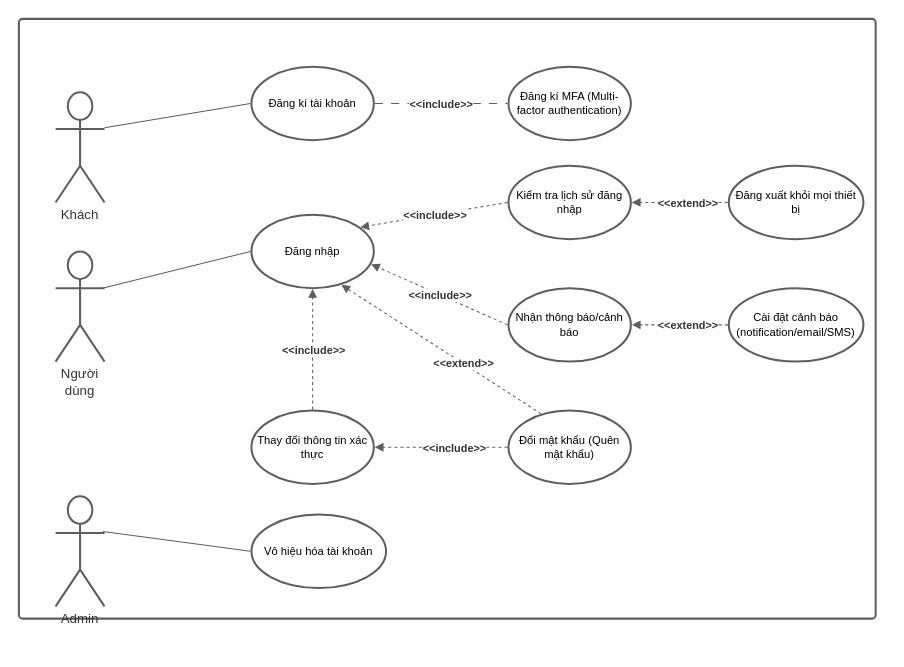
Earlier version of the draw.io diagram page "Use cases" (1 of 6) of docs/gen_docs/datn.drawio (dangnh0611/oidc_provider_with_facial_mfa). Source tidied: cells renumbered, new cells numbered last; positions are measured from the earlier drawing's top-left corner, leaving out a move shared by most shapes. Both pictures are drawn from the tidied source at 102%, with x=0, y=0 at pixel (18, 18).
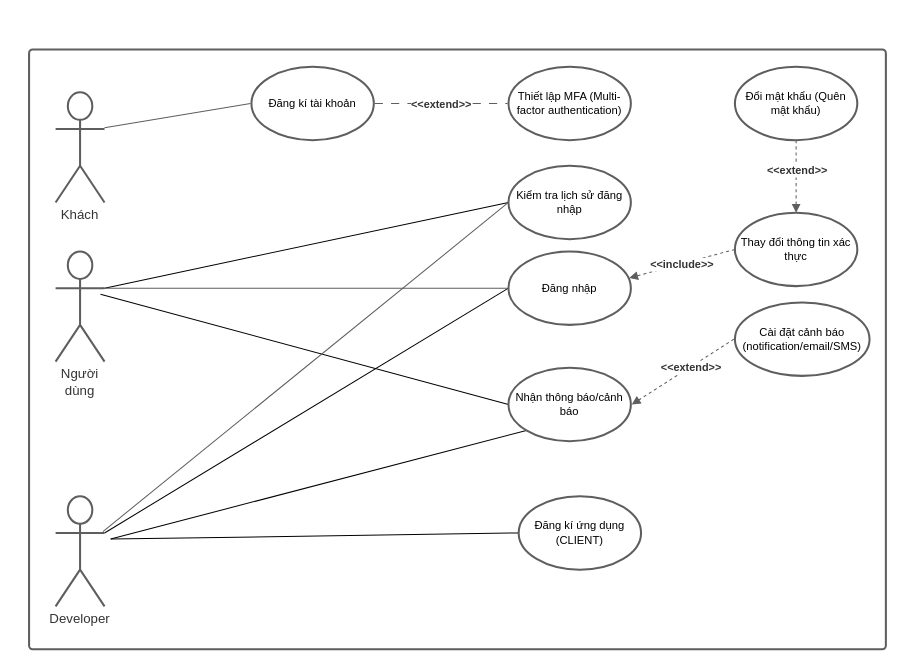
Above is the later version.

The change refers to these unchanged cells:
```xml
<mxCell id="2" value="Người dùng" style="html=1;whiteSpace=wrap;shape=umlActor;labelPosition=center;verticalLabelPosition=bottom;verticalAlign=top;whiteSpace=nowrap;whiteSpace=wrap;fontSize=13;fontColor=#333333;spacing=0;strokeColor=#5e5e5e;strokeOpacity=100;rounded=1;absoluteArcSize=1;arcSize=7.199999999999999;strokeWidth=2;" parent="1" vertex="1">
  <mxGeometry x="36" y="228" width="48" height="108" as="geometry" />
</mxCell>
<mxCell id="8" value="Kiểm tra lịch sử đăng nhập" style="html=1;whiteSpace=wrap;ellipse;whiteSpace=wrap;fontSize=11;spacing=3;strokeColor=#5e5e5e;strokeOpacity=100;rounded=1;absoluteArcSize=1;arcSize=7.199999999999999;strokeWidth=2;" parent="1" vertex="1">
  <mxGeometry x="480" y="144" width="120" height="72" as="geometry" />
</mxCell>
<mxCell id="13" style="html=1;jettySize=18;whiteSpace=wrap;fontSize=11;strokeColor=#5E5E5E;dashed=1;dashPattern=8 8;rounded=0;startArrow=none;endArrow=none;exitX=1.0075004048222889;exitY=0.5;exitPerimeter=0;entryX=-0.007500404822289042;entryY=0.5;entryPerimeter=0;" parent="1" edge="1" source="4" target="5">
  <mxGeometry relative="1" as="geometry" />
</mxCell>
```

Diff of the diagram source:
```diff
@@
+    <mxCell id="35" style="rounded=0;jettySize=auto;html=1;exitX=1;exitY=0.3333333333333333;exitDx=0;exitDy=0;exitPerimeter=0;entryX=0;entryY=0.5;entryDx=0;entryDy=0;startArrow=none;startFill=0;endArrow=none;endFill=0;" parent="1" edge="1" source="2" target="8">
+      <mxGeometry relative="1" as="geometry" />
+    </mxCell>
@@
-    <mxCell id="5" value="Đăng kí MFA (Multi-factor authentication)" style="html=1;whiteSpace=wrap;ellipse;whiteSpace=wrap;fontSize=11;spacing=3;strokeColor=#5e5e5e;strokeOpacity=100;rounded=1;absoluteArcSize=1;arcSize=7.199999999999999;strokeWidth=2;" parent="1" vertex="1">
+    <mxCell id="5" value="Thiết lập MFA (Multi-factor authentication)" style="html=1;whiteSpace=wrap;ellipse;whiteSpace=wrap;fontSize=11;spacing=3;strokeColor=#5e5e5e;strokeOpacity=100;rounded=1;absoluteArcSize=1;arcSize=7.199999999999999;strokeWidth=2;" parent="1" vertex="1">
       <mxGeometry x="480" y="47" width="120" height="72" as="geometry" />
     </mxCell>
+    <mxCell id="36" style="edgeStyle=none;rounded=0;jettySize=auto;html=1;exitX=0;exitY=0.5;exitDx=0;exitDy=0;entryX=1;entryY=0.3333333333333333;entryDx=0;entryDy=0;entryPerimeter=0;startArrow=none;startFill=0;endArrow=none;endFill=0;" parent="1" edge="1" source="6" target="32">
+      <mxGeometry relative="1" as="geometry" />
+    </mxCell>
     <mxCell id="6" value="Đăng nhập" style="html=1;whiteSpace=wrap;ellipse;whiteSpace=wrap;fontSize=11;spacing=3;strokeColor=#5e5e5e;strokeOpacity=100;rounded=1;absoluteArcSize=1;arcSize=7.199999999999999;strokeWidth=2;" parent="1" vertex="1">
-      <mxGeometry x="228" y="192" width="120" height="72" as="geometry" />
+      <mxGeometry x="480" y="228" width="120" height="72" as="geometry" />
     </mxCell>
     <mxCell id="7" value="Thay đổi thông tin xác thực" style="html=1;whiteSpace=wrap;ellipse;whiteSpace=wrap;fontSize=11;spacing=3;strokeColor=#5e5e5e;strokeOpacity=100;rounded=1;absoluteArcSize=1;arcSize=7.199999999999999;strokeWidth=2;" parent="1" vertex="1">
-      <mxGeometry x="228" y="384" width="120" height="72" as="geometry" />
+      <mxGeometry x="702" y="190" width="120" height="72" as="geometry" />
     </mxCell>
@@
-    <mxCell id="9" value="Đăng xuất khỏi mọi thiết bị" style="html=1;whiteSpace=wrap;ellipse;whiteSpace=wrap;fontSize=11;spacing=3;strokeColor=#5e5e5e;strokeOpacity=100;rounded=1;absoluteArcSize=1;arcSize=7.199999999999999;strokeWidth=2;" parent="1" vertex="1">
-      <mxGeometry x="696" y="144" width="132" height="72" as="geometry" />
-    </mxCell>
     <mxCell id="10" value="Đổi mật khẩu (Quên mật khẩu)" style="html=1;whiteSpace=wrap;ellipse;whiteSpace=wrap;fontSize=11;spacing=3;strokeColor=#5e5e5e;strokeOpacity=100;rounded=1;absoluteArcSize=1;arcSize=7.199999999999999;strokeWidth=2;" parent="1" vertex="1">
-      <mxGeometry x="480" y="384" width="120" height="72" as="geometry" />
+      <mxGeometry x="702" y="47" width="120" height="72" as="geometry" />
     </mxCell>
     <mxCell id="11" style="html=1;whiteSpace=wrap;whiteSpace=wrap;fontSize=13;fontColor=#333333;spacing=0;strokeColor=#5e5e5e;strokeOpacity=100;fillOpacity=0;rounded=1;absoluteArcSize=1;arcSize=7.199999999999999;fillColor=#000000;strokeWidth=2;" parent="1" vertex="1">
-      <mxGeometry width="840" height="588" as="geometry" />
+      <mxGeometry x="10" y="30" width="840" height="588" as="geometry" />
     </mxCell>
@@
-    <mxCell id="14" value="&amp;lt;&amp;lt;include&amp;gt;&amp;gt;" style="text;html=1;labelBackgroundColor=#ffffff;align=center;verticalAlign=middle;fontStyle=1;fontColor=#333333;fontSize=10.666666666666666;" parent="13" vertex="1">
+    <mxCell id="14" value="&amp;lt;&amp;lt;extend&amp;gt;&amp;gt;" style="text;html=1;labelBackgroundColor=#ffffff;align=center;verticalAlign=middle;fontStyle=1;fontColor=#333333;fontSize=10.666666666666666;" parent="13" vertex="1">
       <mxGeometry relative="1" as="geometry" />
     </mxCell>
-    <mxCell id="15" style="html=1;jettySize=18;whiteSpace=wrap;fontSize=11;strokeColor=#5E5E5E;rounded=0;startArrow=none;endArrow=none;exitX=-0.0075004048222889;exitY=0.5;exitPerimeter=0;entryX=0.9333333333333336;entryY=0.3375;entryPerimeter=0;" parent="1" edge="1" source="6" target="2">
-      <mxGeometry relative="1" as="geometry" />
+    <mxCell id="15" style="html=1;jettySize=18;whiteSpace=wrap;fontSize=11;strokeColor=#5E5E5E;rounded=0;startArrow=none;endArrow=none;exitX=-0.0075004048222889;exitY=0.5;exitPerimeter=0;" parent="1" edge="1" source="6">
+      <mxGeometry relative="1" as="geometry">
+        <mxPoint x="81" y="264" as="targetPoint" />
+      </mxGeometry>
     </mxCell>
+    <mxCell id="37" style="edgeStyle=none;rounded=0;jettySize=auto;html=1;exitX=0;exitY=0.5;exitDx=0;exitDy=0;startArrow=none;startFill=0;endArrow=none;endFill=0;" parent="1" edge="1" source="16">
+      <mxGeometry relative="1" as="geometry">
+        <mxPoint x="80" y="270" as="targetPoint" />
+      </mxGeometry>
+    </mxCell>
+    <mxCell id="38" style="edgeStyle=none;rounded=0;jettySize=auto;html=1;exitX=0;exitY=1;exitDx=0;exitDy=0;startArrow=none;startFill=0;endArrow=none;endFill=0;" parent="1" edge="1" source="16">
+      <mxGeometry relative="1" as="geometry">
+        <mxPoint x="90" y="510" as="targetPoint" />
+      </mxGeometry>
+    </mxCell>
     <mxCell id="16" value="Nhận thông báo/cảnh báo" style="html=1;whiteSpace=wrap;ellipse;whiteSpace=wrap;fontSize=11;spacing=3;strokeColor=#5e5e5e;strokeOpacity=100;rounded=1;absoluteArcSize=1;arcSize=7.199999999999999;strokeWidth=2;" parent="1" vertex="1">
-      <mxGeometry x="480" y="264" width="120" height="72" as="geometry" />
+      <mxGeometry x="480" y="342" width="120" height="72" as="geometry" />
     </mxCell>
-    <mxCell id="17" style="html=1;jettySize=18;whiteSpace=wrap;fontSize=11;strokeColor=#5E5E5E;dashed=1;rounded=0;startArrow=none;endArrow=block;endFill=1;exitX=-0.007500404822289042;exitY=0.5;exitPerimeter=0;entryX=0.9776729739573375;entryY=0.6737626746274363;entryPerimeter=0;" parent="1" edge="1" source="16" target="6">
-      <mxGeometry relative="1" as="geometry" />
-    </mxCell>
-    <mxCell id="18" value="&amp;lt;&amp;lt;include&amp;gt;&amp;gt;" style="text;html=1;labelBackgroundColor=#ffffff;align=center;verticalAlign=middle;fontStyle=1;fontColor=#333333;fontSize=10.666666666666666;" parent="17" vertex="1">
-      <mxGeometry relative="1" as="geometry" />
-    </mxCell>
-    <mxCell id="19" style="html=1;jettySize=18;whiteSpace=wrap;fontSize=11;strokeColor=#5E5E5E;dashed=1;rounded=0;startArrow=none;endArrow=block;endFill=1;exitX=0.26677799963176185;exitY=0.04483457956276761;exitPerimeter=0;entryX=0.7345307177179713;entryY=0.9545014055392074;entryPerimeter=0;" parent="1" edge="1" source="10" target="6">
-      <mxGeometry relative="1" as="geometry" />
-    </mxCell>
-    <mxCell id="20" value="&amp;lt;&amp;lt;extend&amp;gt;&amp;gt;" style="text;html=1;labelBackgroundColor=#ffffff;align=center;verticalAlign=middle;fontStyle=1;fontColor=#333333;fontSize=10.666666666666666;" parent="19" vertex="1">
-      <mxGeometry x="-0.22" relative="1" as="geometry" />
-    </mxCell>
-    <mxCell id="21" style="html=1;jettySize=18;whiteSpace=wrap;fontSize=11;strokeColor=#5E5E5E;dashed=1;rounded=0;startArrow=none;endArrow=block;endFill=1;exitX=-0.007500404822289042;exitY=0.5;exitPerimeter=0;entryX=0.8896564107822038;entryY=0.17140530732584564;entryPerimeter=0;" parent="1" edge="1" source="8" target="6">
-      <mxGeometry relative="1" as="geometry" />
-    </mxCell>
-    <mxCell id="22" value="&amp;lt;&amp;lt;include&amp;gt;&amp;gt;" style="text;html=1;labelBackgroundColor=#ffffff;align=center;verticalAlign=middle;fontStyle=1;fontColor=#333333;fontSize=10.666666666666666;" parent="21" vertex="1">
-      <mxGeometry relative="1" as="geometry" />
-    </mxCell>
-    <mxCell id="23" style="html=1;jettySize=18;whiteSpace=wrap;fontSize=11;strokeColor=#5E5E5E;dashed=1;rounded=1;arcSize=12;edgeStyle=orthogonalEdgeStyle;startArrow=none;endArrow=block;endFill=1;exitX=-0.0068187284029003785;exitY=0.5;exitPerimeter=0;entryX=1.007500404822289;entryY=0.5;entryPerimeter=0;" parent="1" edge="1" source="9" target="8">
-      <mxGeometry relative="1" as="geometry" />
-    </mxCell>
-    <mxCell id="24" value="&amp;lt;&amp;lt;extend&amp;gt;&amp;gt;" style="text;html=1;labelBackgroundColor=#ffffff;align=center;verticalAlign=middle;fontStyle=1;fontColor=#333333;fontSize=10.666666666666666;" parent="23" vertex="1">
-      <mxGeometry x="-0.16" relative="1" as="geometry" />
-    </mxCell>
-    <mxCell id="25" style="html=1;jettySize=18;whiteSpace=wrap;fontSize=11;strokeColor=#5E5E5E;dashed=1;rounded=0;startArrow=none;endArrow=block;endFill=1;exitX=0.5;exitY=-0.012500672137145527;exitPerimeter=0;entryX=0.5;entryY=1.0125006721371457;entryPerimeter=0;" parent="1" edge="1" source="7" target="6">
+    <mxCell id="25" style="html=1;jettySize=18;whiteSpace=wrap;fontSize=11;strokeColor=#5E5E5E;dashed=1;rounded=0;startArrow=none;endArrow=block;endFill=1;exitX=0;exitY=0.5;entryX=0.987;entryY=0.361;entryPerimeter=0;exitDx=0;exitDy=0;entryDx=0;entryDy=0;" parent="1" edge="1" source="7" target="6">
       <mxGeometry relative="1" as="geometry" />
     </mxCell>
@@
-    <mxCell id="27" style="html=1;jettySize=18;whiteSpace=wrap;fontSize=11;strokeColor=#5E5E5E;dashed=1;rounded=0;startArrow=none;endArrow=block;endFill=1;exitX=-0.007500404822289042;exitY=0.5;exitPerimeter=0;entryX=1.0075004048222889;entryY=0.5;entryPerimeter=0;" parent="1" edge="1" source="10" target="7">
+    <mxCell id="27" style="html=1;jettySize=18;whiteSpace=wrap;fontSize=11;strokeColor=#5E5E5E;dashed=1;rounded=0;startArrow=none;endArrow=block;endFill=1;exitX=0.5;exitY=1;entryX=0.5;entryY=0;exitDx=0;exitDy=0;entryDx=0;entryDy=0;" parent="1" edge="1" source="10" target="7">
       <mxGeometry relative="1" as="geometry" />
     </mxCell>
-    <mxCell id="28" value="&amp;lt;&amp;lt;include&amp;gt;&amp;gt;" style="text;html=1;labelBackgroundColor=#ffffff;align=center;verticalAlign=middle;fontStyle=1;fontColor=#333333;fontSize=10.666666666666666;" parent="27" vertex="1">
+    <mxCell id="28" value="&amp;lt;&amp;lt;extend&amp;gt;&amp;gt;" style="text;html=1;labelBackgroundColor=#ffffff;align=center;verticalAlign=middle;fontStyle=1;fontColor=#333333;fontSize=10.666666666666666;" parent="27" vertex="1">
       <mxGeometry x="-0.18" relative="1" as="geometry" />
     </mxCell>
-    <mxCell id="29" value="Cài đặt cảnh báo (notification/email/SMS)" style="html=1;whiteSpace=wrap;ellipse;whiteSpace=wrap;fontSize=11;spacing=3;strokeColor=#5e5e5e;strokeOpacity=100;rounded=1;absoluteArcSize=1;arcSize=7.199999999999999;strokeWidth=2;" parent="1" vertex="1">
-      <mxGeometry x="696" y="264" width="132" height="72" as="geometry" />
-    </mxCell>
@@
-    <mxCell id="32" value="Admin" style="html=1;whiteSpace=wrap;shape=umlActor;labelPosition=center;verticalLabelPosition=bottom;verticalAlign=top;whiteSpace=nowrap;whiteSpace=wrap;fontSize=13;fontColor=#333333;spacing=0;strokeColor=#5e5e5e;strokeOpacity=100;rounded=1;absoluteArcSize=1;arcSize=7.199999999999999;strokeWidth=2;" parent="1" vertex="1">
+    <mxCell id="32" value="Developer" style="html=1;whiteSpace=wrap;shape=umlActor;labelPosition=center;verticalLabelPosition=bottom;verticalAlign=top;whiteSpace=nowrap;whiteSpace=wrap;fontSize=13;fontColor=#333333;spacing=0;strokeColor=#5e5e5e;strokeOpacity=100;rounded=1;absoluteArcSize=1;arcSize=7.199999999999999;strokeWidth=2;" parent="1" vertex="1">
       <mxGeometry x="36" y="468" width="48" height="108" as="geometry" />
     </mxCell>
-    <mxCell id="33" value="Vô hiệu hóa tài khoản" style="html=1;whiteSpace=wrap;ellipse;whiteSpace=wrap;fontSize=11;spacing=3;strokeColor=#5e5e5e;strokeOpacity=100;rounded=1;absoluteArcSize=1;arcSize=7.199999999999999;strokeWidth=2;" parent="1" vertex="1">
-      <mxGeometry x="228" y="486" width="132" height="72" as="geometry" />
-    </mxCell>
-    <mxCell id="34" style="html=1;jettySize=18;whiteSpace=wrap;fontSize=11;strokeColor=#5E5E5E;rounded=0;startArrow=none;endArrow=none;exitX=-0.0068187284028999266;exitY=0.5;exitPerimeter=0;entryX=0.9666666666666665;entryY=0.32083333333333336;entryPerimeter=0;" parent="1" edge="1" source="33" target="32">
+    <mxCell id="34" style="html=1;jettySize=18;whiteSpace=wrap;fontSize=11;strokeColor=#5E5E5E;rounded=0;startArrow=none;endArrow=none;exitX=0;exitY=0.5;entryX=0.9666666666666665;entryY=0.32083333333333336;entryPerimeter=0;exitDx=0;exitDy=0;" parent="1" edge="1" source="8" target="32">
       <mxGeometry relative="1" as="geometry" />
     </mxCell>
+    <mxCell id="29" value="Cài đặt cảnh báo (notification/email/SMS)" style="html=1;whiteSpace=wrap;ellipse;whiteSpace=wrap;fontSize=11;spacing=3;strokeColor=#5e5e5e;strokeOpacity=100;rounded=1;absoluteArcSize=1;arcSize=7.199999999999999;strokeWidth=2;" parent="1" vertex="1">
+      <mxGeometry x="702" y="278" width="132" height="72" as="geometry" />
+    </mxCell>
+    <mxCell id="39" style="edgeStyle=none;rounded=0;jettySize=auto;html=1;exitX=0;exitY=0.5;exitDx=0;exitDy=0;startArrow=none;startFill=0;endArrow=none;endFill=0;" parent="1" edge="1" source="40">
+      <mxGeometry relative="1" as="geometry">
+        <mxPoint x="90" y="510" as="targetPoint" />
+      </mxGeometry>
+    </mxCell>
+    <mxCell id="40" value="Đăng kí ứng dụng (CLIENT)" style="html=1;whiteSpace=wrap;ellipse;whiteSpace=wrap;fontSize=11;spacing=3;strokeColor=#5e5e5e;strokeOpacity=100;rounded=1;absoluteArcSize=1;arcSize=7.199999999999999;strokeWidth=2;" parent="1" vertex="1">
+      <mxGeometry x="490" y="468" width="120" height="72" as="geometry" />
+    </mxCell>
```
